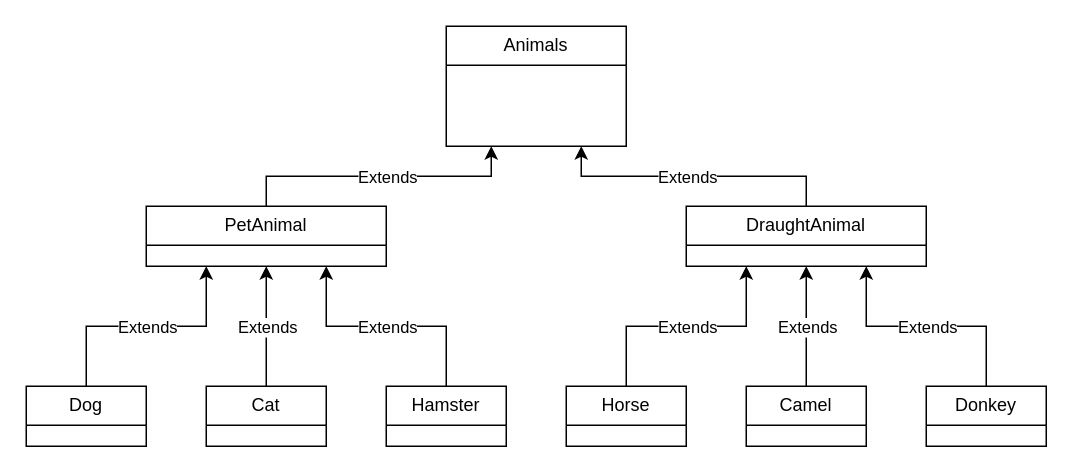
Before: resources/diagramm/UML.drawio in iAzamat/Testing_itog_GB, a draw.io diagram. Source tidied: cells renumbered, new cells numbered last; positions are measured from the earlier drawing's top-left corner, leaving out a move shared by most shapes. Both pictures are drawn from the tidied source at 150%, with x=0, y=0 at pixel (26, 26).
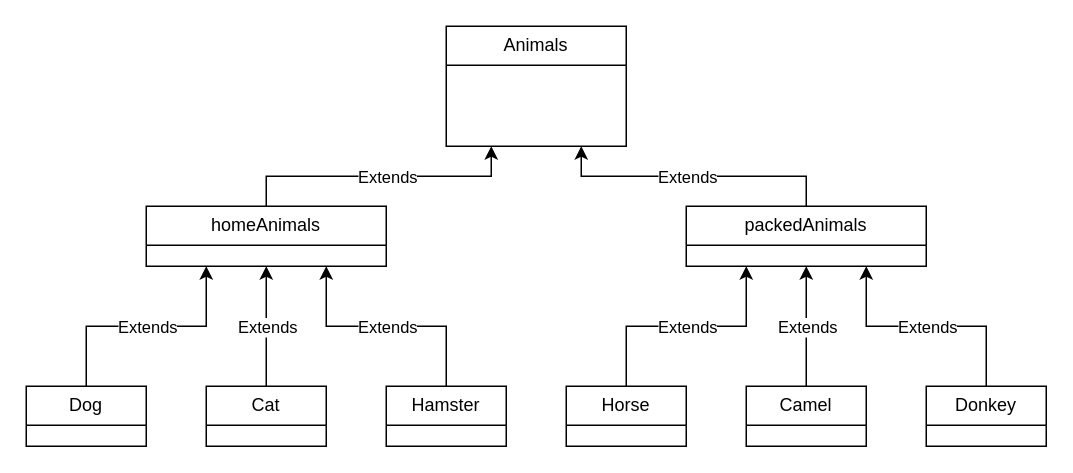
Above is the later version.

The edit, as a diff of the source:
```diff
@@
-    <mxCell id="4" value="PetAnimal" style="swimlane;fontStyle=0;horizontal=1;startSize=26;fillColor=none;whiteSpace=wrap;html=1;" parent="1" vertex="1">
+    <mxCell id="4" value="homeAnimals" style="swimlane;fontStyle=0;horizontal=1;startSize=26;fillColor=none;whiteSpace=wrap;html=1;" parent="1" vertex="1">
       <mxGeometry x="80" y="120" width="160" height="40" as="geometry" />
     </mxCell>
@@
-    <mxCell id="6" value="DraughtAnimal" style="swimlane;fontStyle=0;horizontal=1;startSize=26;fillColor=none;whiteSpace=wrap;html=1;" parent="1" vertex="1">
+    <mxCell id="6" value="packedAnimals" style="swimlane;fontStyle=0;horizontal=1;startSize=26;fillColor=none;whiteSpace=wrap;html=1;" parent="1" vertex="1">
       <mxGeometry x="440" y="120" width="160" height="40" as="geometry" />
     </mxCell>
```
